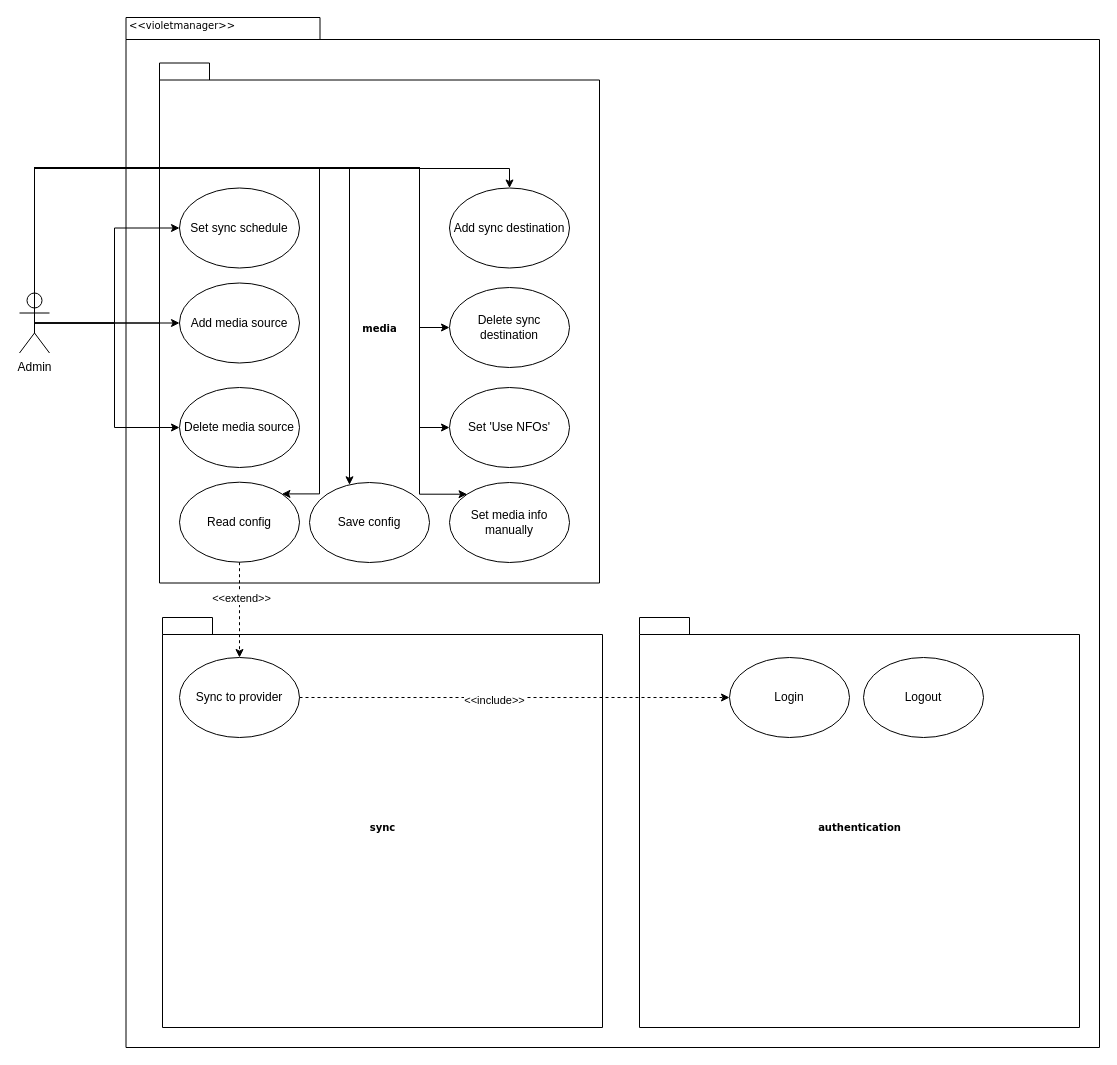
This is docs/diagrams/violetmanager_usecase.drawio from danwiltshire/danflix, a draw.io file, before an edit. Source tidied: cells renumbered, new cells numbered last; positions are measured from the earlier drawing's top-left corner, leaving out a move shared by most shapes. Both pictures are drawn from the tidied source at 100%, with x=0, y=0 at pixel (19, 17).
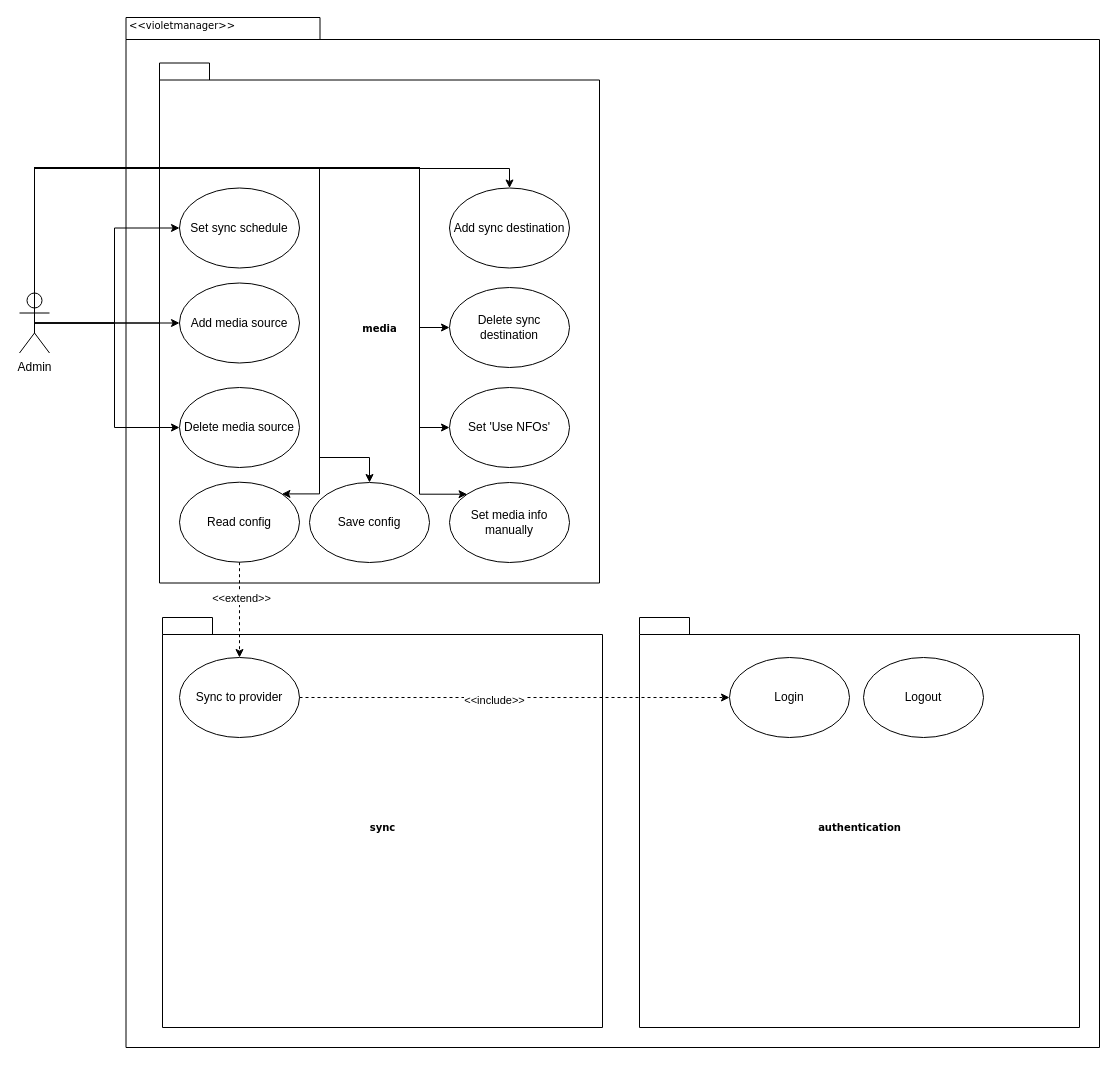
The same diagram, later.

The change refers to these unchanged cells:
```xml
<mxCell id="5" value="Admin" style="shape=umlActor;verticalLabelPosition=bottom;verticalAlign=top;html=1;outlineConnect=0;" parent="1" vertex="1">
  <mxGeometry y="275.5" width="30" height="60" as="geometry" />
</mxCell>
<mxCell id="25" value="Save config" style="ellipse;whiteSpace=wrap;html=1;" parent="15" vertex="1">
  <mxGeometry x="150" y="419.5" width="120" height="80" as="geometry" />
</mxCell>
```

The edit, as a diff of the source:
```diff
@@
-    <mxCell id="33" style="edgeStyle=orthogonalEdgeStyle;rounded=0;jettySize=auto;html=1;exitX=0.5;exitY=0.5;exitDx=0;exitDy=0;exitPerimeter=0;endArrow=classic;endFill=1;" parent="1" edge="1" source="5" target="25">
+    <mxCell id="33" style="edgeStyle=orthogonalEdgeStyle;rounded=0;jettySize=auto;html=1;exitX=0.5;exitY=0.5;exitDx=0;exitDy=0;exitPerimeter=0;endArrow=classic;endFill=1;entryX=0.5;entryY=0;entryDx=0;entryDy=0;" parent="1" edge="1" source="5" target="25">
       <mxGeometry relative="1" as="geometry">
         <Array as="points">
           <mxPoint x="15" y="150" />
-          <mxPoint x="330" y="150" />
+          <mxPoint x="300" y="150" />
+          <mxPoint x="300" y="440" />
+          <mxPoint x="350" y="440" />
         </Array>
       </mxGeometry>
     </mxCell>
```
